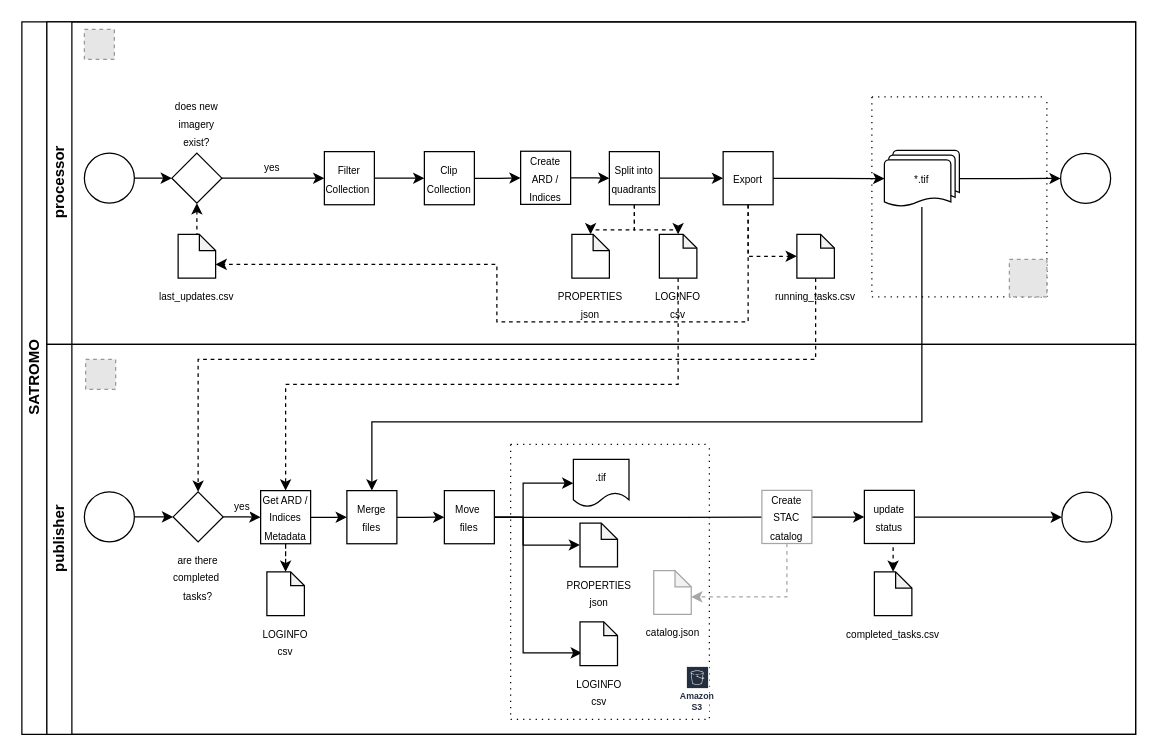
Earlier version of the draw.io diagram satromo_processor.drawio (swisstopo/topo-satromo). Source tidied: cells renumbered, new cells numbered last; positions are measured from the earlier drawing's top-left corner, leaving out a move shared by most shapes. Both pictures are drawn from the tidied source at 125%, with x=0, y=0 at pixel (21, 21). Pictures stored in the file or linked from it are replaced by grey dashed boxes.
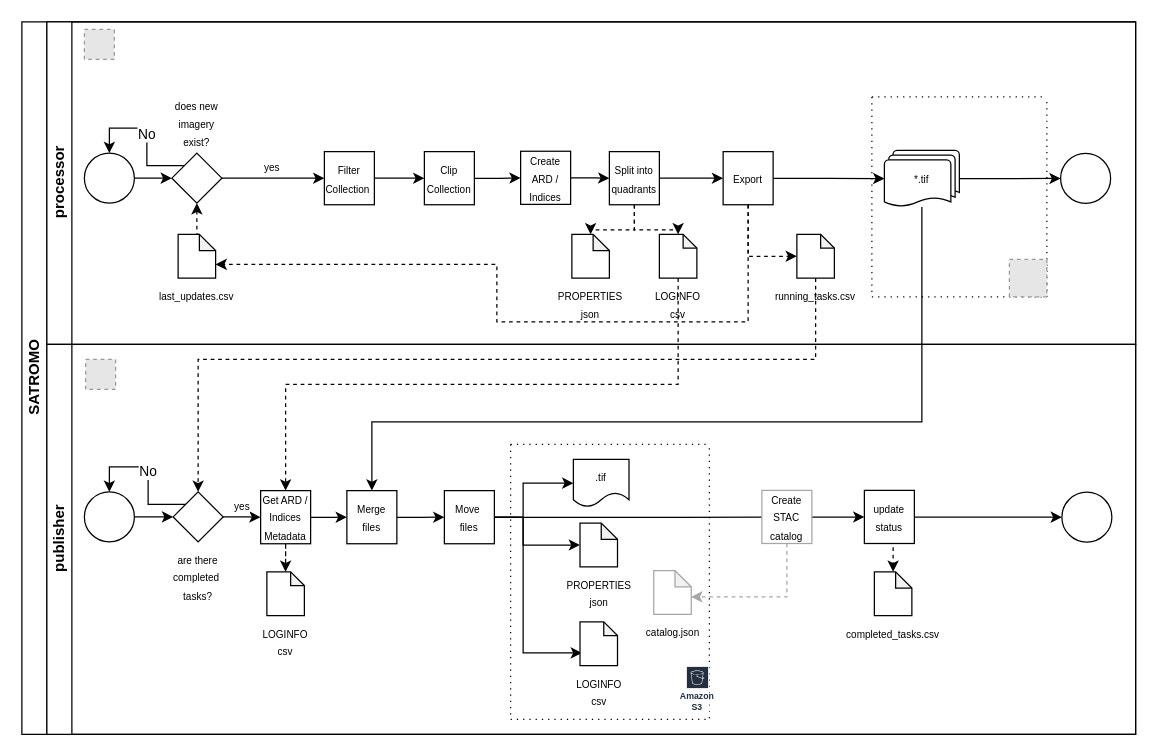
Above is the later version.

Unchanged cells that the change refers to:
```xml
<mxCell id="3" value="processor" style="swimlane;html=1;startSize=20;horizontal=0;" parent="2" vertex="1">
  <mxGeometry x="20" width="871" height="258" as="geometry" />
</mxCell>
<mxCell id="5" style="ellipse;whiteSpace=wrap;html=1;" parent="3" vertex="1">
  <mxGeometry x="30" y="105" width="40" height="40" as="geometry" />
</mxCell>
<mxCell id="8" value="&lt;font style=&quot;font-size: 8px;&quot;&gt;does&amp;nbsp;new imagery exist?&lt;/font&gt;" style="rhombus;whiteSpace=wrap;html=1;fontFamily=Helvetica;fontSize=12;fontColor=#000000;align=center;verticalAlign=bottom;labelPosition=center;verticalLabelPosition=top;" parent="3" vertex="1">
  <mxGeometry x="100" y="105" width="40" height="40" as="geometry" />
</mxCell>
<mxCell id="31" value="publisher" style="swimlane;html=1;startSize=20;horizontal=0;" parent="2" vertex="1">
  <mxGeometry x="20" y="258" width="871" height="312" as="geometry" />
</mxCell>
<mxCell id="33" style="ellipse;whiteSpace=wrap;html=1;" parent="31" vertex="1">
  <mxGeometry x="30" y="118" width="40" height="40" as="geometry" />
</mxCell>
<mxCell id="35" value="&lt;span style=&quot;font-size: 8px;&quot;&gt;are there completed&amp;nbsp; tasks?&lt;/span&gt;" style="rhombus;whiteSpace=wrap;html=1;fontFamily=Helvetica;fontSize=12;fontColor=#000000;align=center;verticalAlign=top;labelPosition=center;verticalLabelPosition=bottom;" parent="31" vertex="1">
  <mxGeometry x="101" y="118" width="40" height="40" as="geometry" />
</mxCell>
```

Change to the diagram source:
```diff
@@
+    <mxCell id="66" value="No" style="edgeStyle=orthogonalEdgeStyle;rounded=0;jettySize=auto;html=1;exitX=0;exitY=0;exitDx=0;exitDy=0;entryX=0.5;entryY=0;entryDx=0;entryDy=0;" parent="3" edge="1" source="8" target="5">
+      <mxGeometry relative="1" as="geometry" />
+    </mxCell>
@@
+    <mxCell id="67" value="No" style="edgeStyle=orthogonalEdgeStyle;rounded=0;jettySize=auto;html=1;exitX=0;exitY=0;exitDx=0;exitDy=0;entryX=0.5;entryY=0;entryDx=0;entryDy=0;" parent="31" edge="1" source="35" target="33">
+      <mxGeometry relative="1" as="geometry" />
+    </mxCell>
```
